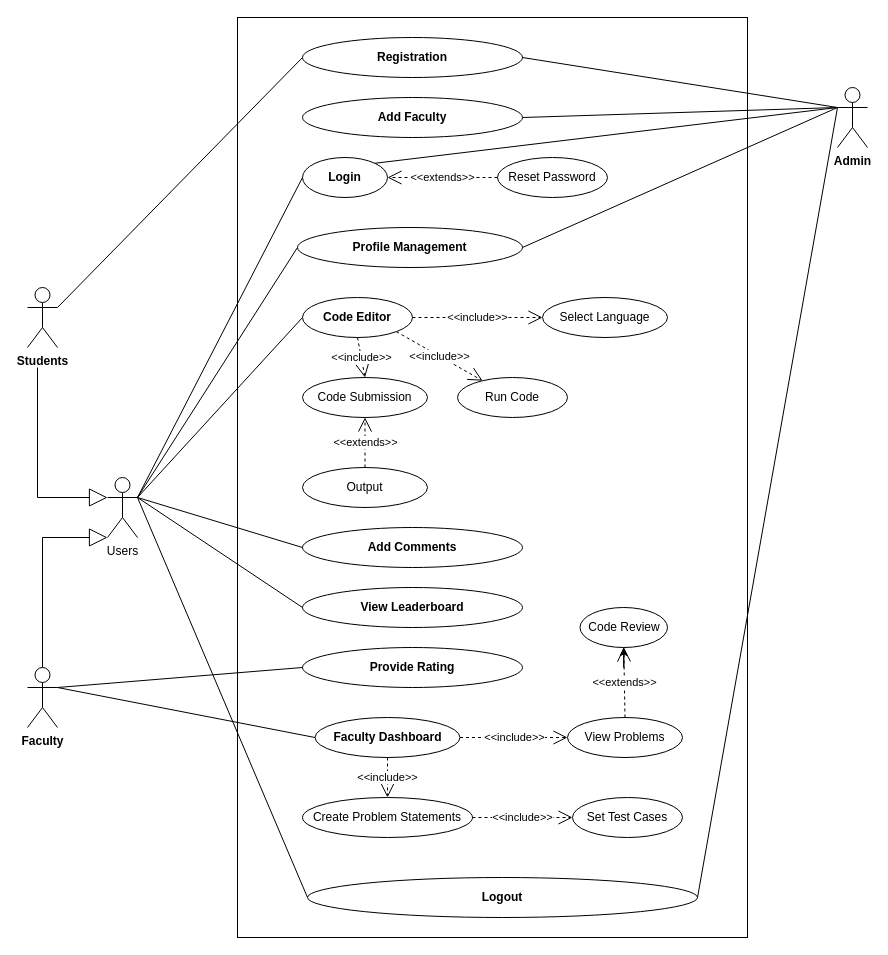
Above: Use case Diagram.drawio in shamim36/Final-Defence-Diagram (draw.io), before the change. Source tidied: cells renumbered, new cells numbered last; positions are measured from the earlier drawing's top-left corner, leaving out a move shared by most shapes. Both pictures are drawn from the tidied source at 100%, with x=0, y=0 at pixel (27, 17).
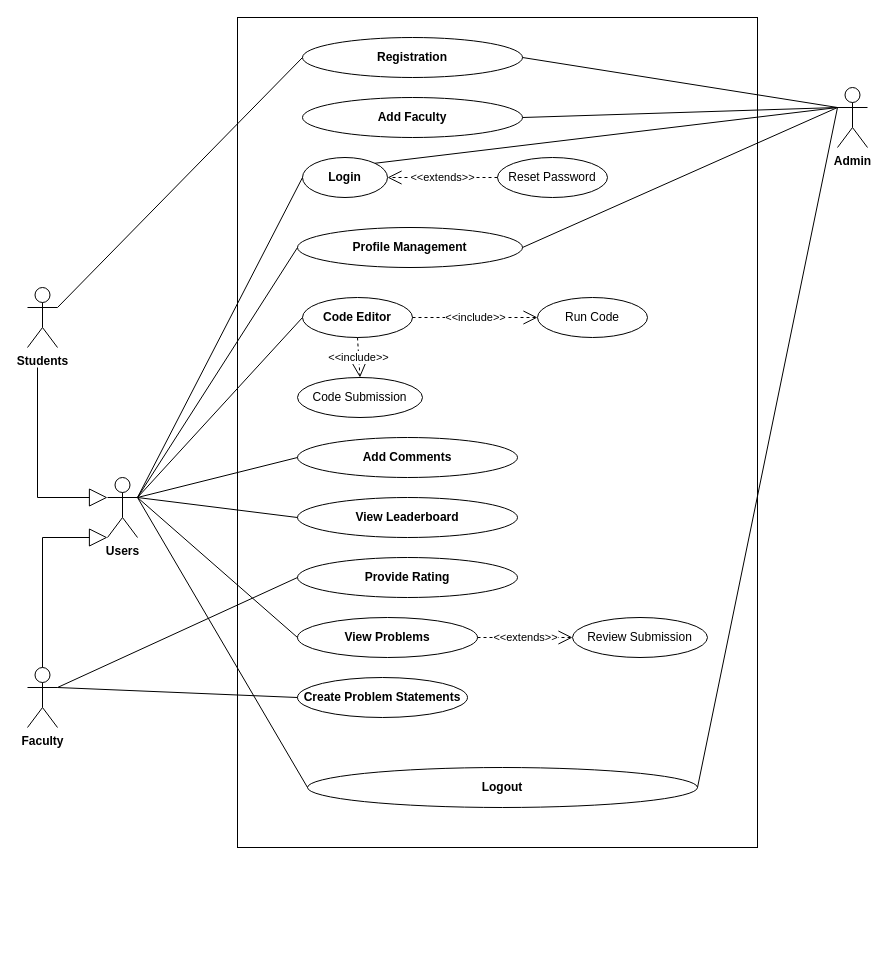
After the change.

Unchanged cells that the change refers to:
```xml
<mxCell id="5" value="&lt;b&gt;Faculty&lt;/b&gt;" style="shape=umlActor;verticalLabelPosition=bottom;verticalAlign=top;html=1;outlineConnect=0;" parent="1" vertex="1">
  <mxGeometry y="650" width="30" height="60" as="geometry" />
</mxCell>
<mxCell id="15" value="&lt;b&gt;Code Editor&lt;/b&gt;" style="ellipse;whiteSpace=wrap;html=1;" parent="1" vertex="1">
  <mxGeometry x="275" y="280" width="110" height="40" as="geometry" />
</mxCell>
```

Change to the diagram source:
```diff
@@
     <mxCell id="2" style="rounded=0;whiteSpace=wrap;html=1;" parent="1" vertex="1">
-      <mxGeometry x="210" width="510" height="920" as="geometry" />
+      <mxGeometry x="210" width="520" height="830" as="geometry" />
     </mxCell>
@@
     <mxCell id="7" value="&lt;b&gt;Logout&lt;/b&gt;" style="ellipse;whiteSpace=wrap;html=1;" parent="1" vertex="1">
-      <mxGeometry x="280" y="860" width="390" height="40" as="geometry" />
+      <mxGeometry x="280" y="750" width="390" height="40" as="geometry" />
     </mxCell>
@@
-    <mxCell id="9" value="Code Review" style="ellipse;whiteSpace=wrap;html=1;" parent="1" vertex="1">
-      <mxGeometry x="552.5" y="590" width="87.5" height="40" as="geometry" />
+    <mxCell id="9" value="Review Submission" style="ellipse;whiteSpace=wrap;html=1;" parent="1" vertex="1">
+      <mxGeometry x="545" y="600" width="135" height="40" as="geometry" />
     </mxCell>
-    <mxCell id="10" value="&lt;b&gt;Faculty Dashboard&lt;/b&gt;" style="ellipse;whiteSpace=wrap;html=1;" parent="1" vertex="1">
-      <mxGeometry x="287.5" y="700" width="145" height="40" as="geometry" />
-    </mxCell>
-    <mxCell id="11" value="Set Test Cases" style="ellipse;whiteSpace=wrap;html=1;" parent="1" vertex="1">
-      <mxGeometry x="545" y="780" width="110" height="40" as="geometry" />
-    </mxCell>
@@
-    <mxCell id="16" value="Select Language" style="ellipse;whiteSpace=wrap;html=1;" parent="1" vertex="1">
-      <mxGeometry x="515" y="280" width="125" height="40" as="geometry" />
-    </mxCell>
-    <mxCell id="17" value="Output" style="ellipse;whiteSpace=wrap;html=1;" parent="1" vertex="1">
-      <mxGeometry x="275" y="450" width="125" height="40" as="geometry" />
-    </mxCell>
     <mxCell id="18" value="Run Code" style="ellipse;whiteSpace=wrap;html=1;" parent="1" vertex="1">
-      <mxGeometry x="430" y="360" width="110" height="40" as="geometry" />
+      <mxGeometry x="510" y="280" width="110" height="40" as="geometry" />
     </mxCell>
     <mxCell id="19" value="Code Submission" style="ellipse;whiteSpace=wrap;html=1;" parent="1" vertex="1">
-      <mxGeometry x="275" y="360" width="125" height="40" as="geometry" />
+      <mxGeometry x="270" y="360" width="125" height="40" as="geometry" />
     </mxCell>
     <mxCell id="20" value="&lt;b&gt;Add Comments&lt;/b&gt;" style="ellipse;whiteSpace=wrap;html=1;" parent="1" vertex="1">
-      <mxGeometry x="275" y="510" width="220" height="40" as="geometry" />
+      <mxGeometry x="270" y="420" width="220" height="40" as="geometry" />
     </mxCell>
     <mxCell id="21" value="&lt;b&gt;View Leaderboard&lt;/b&gt;" style="ellipse;whiteSpace=wrap;html=1;" parent="1" vertex="1">
-      <mxGeometry x="275" y="570" width="220" height="40" as="geometry" />
+      <mxGeometry x="270" y="480" width="220" height="40" as="geometry" />
     </mxCell>
     <mxCell id="22" value="&lt;b&gt;Provide Rating&lt;/b&gt;" style="ellipse;whiteSpace=wrap;html=1;" parent="1" vertex="1">
-      <mxGeometry x="275" y="630" width="220" height="40" as="geometry" />
+      <mxGeometry x="270" y="540" width="220" height="40" as="geometry" />
     </mxCell>
-    <mxCell id="23" value="Create Problem Statements" style="ellipse;whiteSpace=wrap;html=1;" parent="1" vertex="1">
-      <mxGeometry x="275" y="780" width="170" height="40" as="geometry" />
+    <mxCell id="23" value="&lt;b&gt;Create Problem Statements&lt;/b&gt;" style="ellipse;whiteSpace=wrap;html=1;" parent="1" vertex="1">
+      <mxGeometry x="270" y="660" width="170" height="40" as="geometry" />
     </mxCell>
-    <mxCell id="24" value="View Problems" style="ellipse;whiteSpace=wrap;html=1;" parent="1" vertex="1">
-      <mxGeometry x="540" y="700" width="115" height="40" as="geometry" />
+    <mxCell id="24" value="&lt;b&gt;View Problems&lt;/b&gt;" style="ellipse;whiteSpace=wrap;html=1;" parent="1" vertex="1">
+      <mxGeometry x="270" y="600" width="180" height="40" as="geometry" />
     </mxCell>
@@
-    <mxCell id="26" value="&amp;lt;&amp;lt;include&amp;gt;&amp;gt;" style="endArrow=open;endSize=12;dashed=1;html=1;rounded=0;entryX=0;entryY=0.5;entryDx=0;entryDy=0;exitX=1;exitY=0.5;exitDx=0;exitDy=0;" parent="1" edge="1" source="15" target="16">
-      <mxGeometry relative="1" as="geometry" />
-    </mxCell>
-    <mxCell id="27" value="&amp;lt;&amp;lt;include&amp;gt;&amp;gt;" style="endArrow=open;endSize=12;dashed=1;html=1;rounded=0;exitX=1;exitY=1;exitDx=0;exitDy=0;" parent="1" edge="1" source="15" target="18">
+    <mxCell id="27" value="&amp;lt;&amp;lt;include&amp;gt;&amp;gt;" style="endArrow=open;endSize=12;dashed=1;html=1;rounded=0;exitX=1;exitY=0.5;exitDx=0;exitDy=0;" parent="1" edge="1" source="15" target="18">
       <mxGeometry relative="1" as="geometry" />
     </mxCell>
@@
-    <mxCell id="29" value="&amp;lt;&amp;lt;extends&amp;gt;&amp;gt;" style="endArrow=open;endSize=12;dashed=1;html=1;rounded=0;exitX=0.5;exitY=0;exitDx=0;exitDy=0;entryX=0.5;entryY=1;entryDx=0;entryDy=0;" parent="1" edge="1" source="17" target="19">
-      <mxGeometry relative="1" as="geometry" />
-    </mxCell>
-    <mxCell id="30" value="&amp;lt;&amp;lt;include&amp;gt;&amp;gt;" style="endArrow=open;endSize=12;dashed=1;html=1;rounded=0;entryX=0;entryY=0.5;entryDx=0;entryDy=0;exitX=1;exitY=0.5;exitDx=0;exitDy=0;" parent="1" edge="1" source="23" target="11">
-      <mxGeometry relative="1" as="geometry" />
-    </mxCell>
-    <mxCell id="31" value="&amp;lt;&amp;lt;include&amp;gt;&amp;gt;" style="endArrow=open;endSize=12;dashed=1;html=1;rounded=0;entryX=0.5;entryY=0;entryDx=0;entryDy=0;exitX=0.5;exitY=1;exitDx=0;exitDy=0;" parent="1" edge="1" source="10" target="23">
-      <mxGeometry relative="1" as="geometry" />
-    </mxCell>
-    <mxCell id="32" value="&amp;lt;&amp;lt;include&amp;gt;&amp;gt;" style="endArrow=open;endSize=12;dashed=1;html=1;rounded=0;entryX=0;entryY=0.5;entryDx=0;entryDy=0;exitX=1;exitY=0.5;exitDx=0;exitDy=0;" parent="1" edge="1" source="10" target="24">
-      <mxGeometry relative="1" as="geometry" />
-    </mxCell>
-    <mxCell id="33" value="&amp;lt;&amp;lt;extends&amp;gt;&amp;gt;" style="endArrow=open;endSize=12;dashed=1;html=1;rounded=0;entryX=0.5;entryY=1;entryDx=0;entryDy=0;exitX=0.5;exitY=0;exitDx=0;exitDy=0;" parent="1" edge="1" source="24" target="9">
+    <mxCell id="33" value="&amp;lt;&amp;lt;extends&amp;gt;&amp;gt;" style="endArrow=open;endSize=12;dashed=1;html=1;rounded=0;entryX=0;entryY=0.5;entryDx=0;entryDy=0;exitX=1;exitY=0.5;exitDx=0;exitDy=0;" parent="1" edge="1" source="24" target="9">
       <mxGeometry relative="1" as="geometry" />
     </mxCell>
@@
-    <mxCell id="40" style="endArrow=none;html=1;rounded=0;entryX=0;entryY=0.5;entryDx=0;entryDy=0;exitX=1;exitY=0.3333333333333333;exitDx=0;exitDy=0;exitPerimeter=0;" parent="1" edge="1" source="5" target="10">
+    <mxCell id="40" style="endArrow=none;html=1;rounded=0;entryX=0;entryY=0.5;entryDx=0;entryDy=0;exitX=1;exitY=0.3333333333333333;exitDx=0;exitDy=0;exitPerimeter=0;" parent="1" edge="1" source="43" target="24">
       <mxGeometry relative="1" as="geometry" />
     </mxCell>
@@
-    <mxCell id="43" value="Users" style="shape=umlActor;verticalLabelPosition=bottom;verticalAlign=top;html=1;outlineConnect=0;" parent="1" vertex="1">
+    <mxCell id="43" value="&lt;b&gt;Users&lt;/b&gt;" style="shape=umlActor;verticalLabelPosition=bottom;verticalAlign=top;html=1;outlineConnect=0;" parent="1" vertex="1">
       <mxGeometry x="80" y="460" width="30" height="60" as="geometry" />
     </mxCell>
@@
+    <mxCell id="52" style="endArrow=none;html=1;rounded=0;entryX=0;entryY=0.5;entryDx=0;entryDy=0;exitX=1;exitY=0.3333333333333333;exitDx=0;exitDy=0;exitPerimeter=0;" parent="1" edge="1" source="5" target="23">
+      <mxGeometry relative="1" as="geometry" />
+    </mxCell>
```
